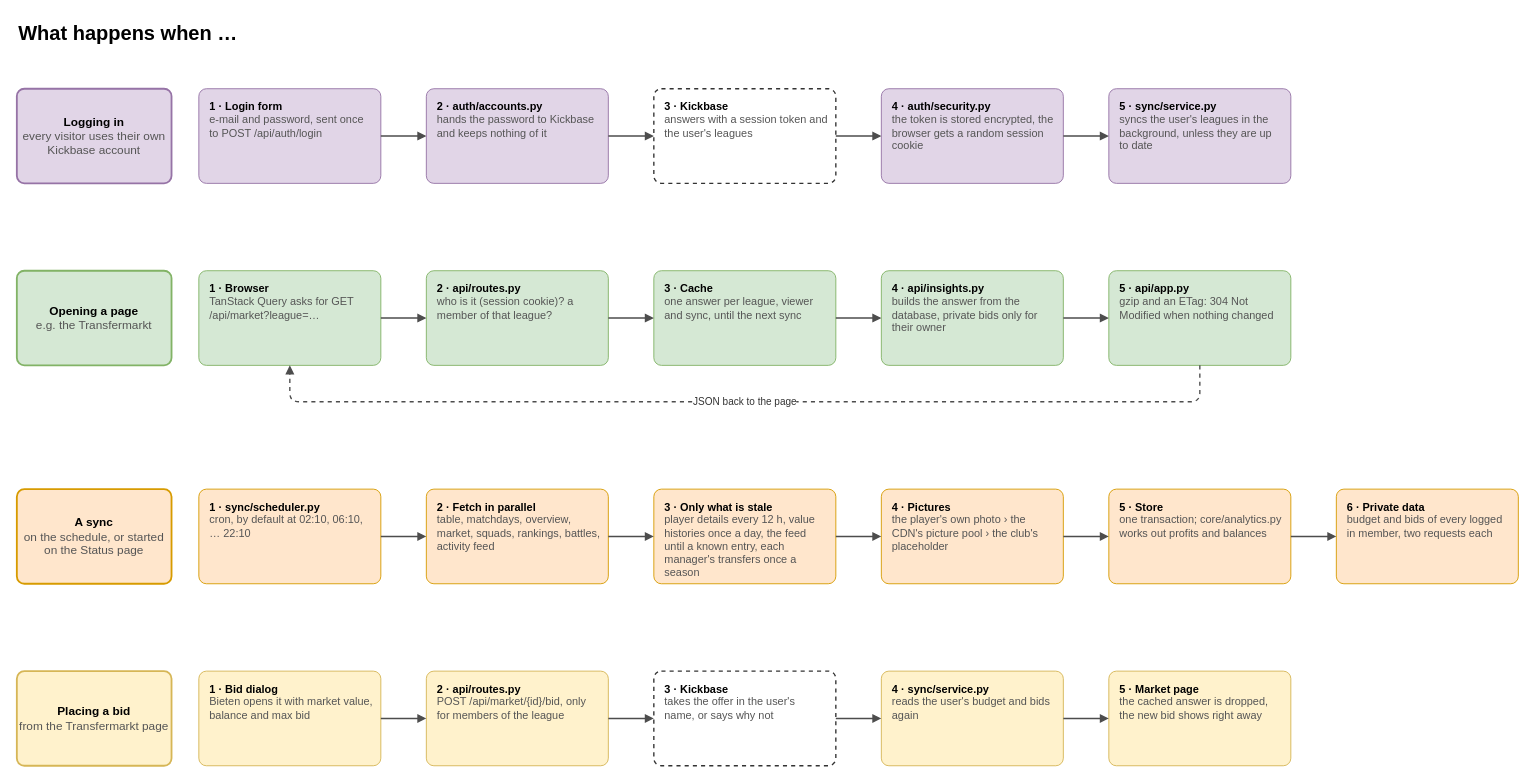
Before: page "What happens when …" (2 of 2) of docs/architecture.drawio in casudo/Kickbase-Insights, a draw.io diagram. Source tidied: cells renumbered, new cells numbered last; positions are measured from the earlier drawing's top-left corner, leaving out a move shared by most shapes. Both pictures are drawn from the tidied source at 91%, with x=0, y=0 at pixel (16, 15).
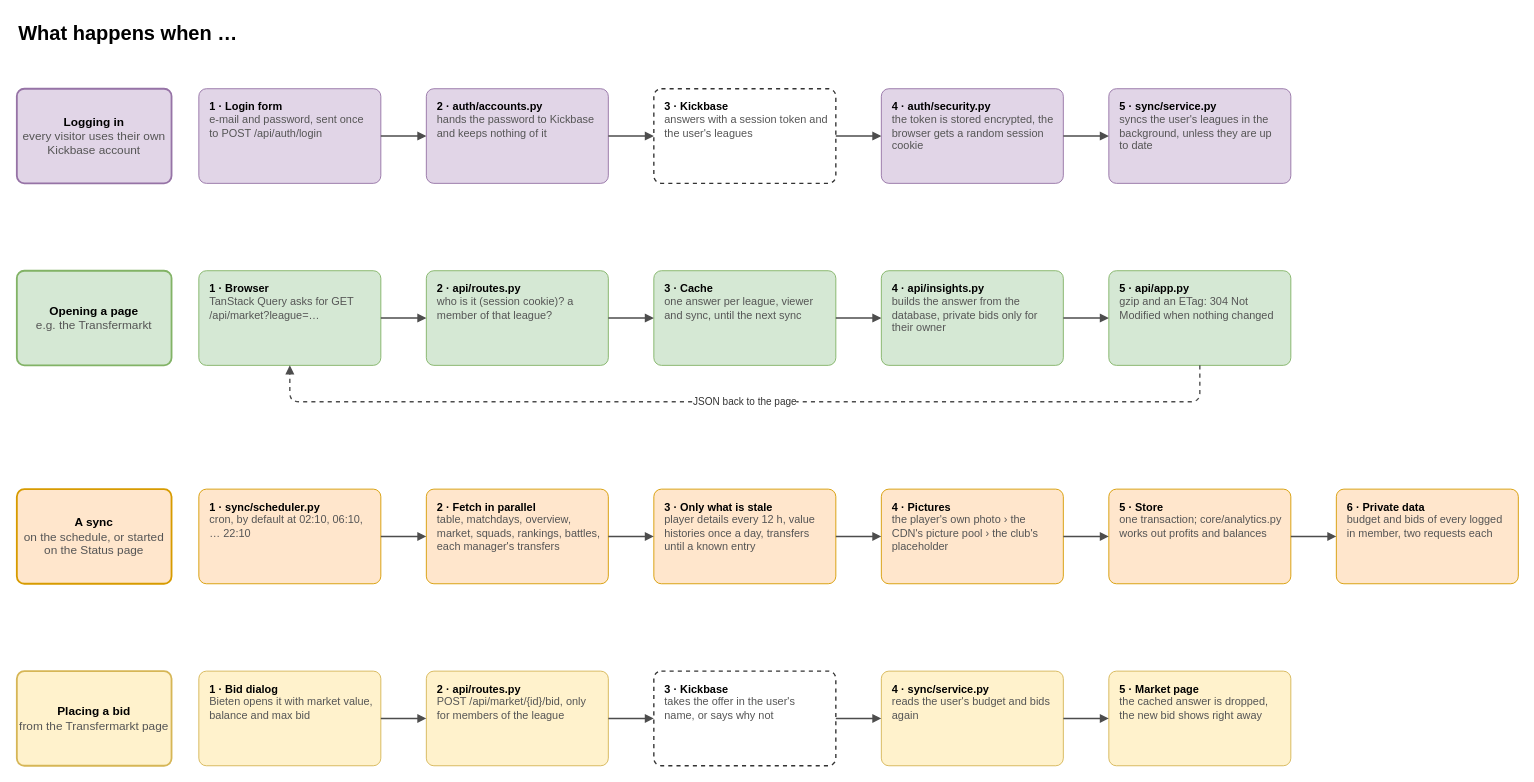
Above is the later version.

Diff of the diagram source:
```diff
@@
-    <mxCell id="26" value="&lt;b&gt;2 · Fetch in parallel&lt;/b&gt;&lt;br&gt;&lt;font color=&quot;#555555&quot;&gt;table, matchdays, overview, market, squads, rankings, battles, activity feed&lt;/font&gt;" style="rounded=1;whiteSpace=wrap;html=1;arcSize=8;align=left;verticalAlign=top;spacingLeft=10;spacingRight=8;spacingTop=6;fontSize=12;fillColor=#ffe6cc;strokeColor=#d79b00;" parent="1" vertex="1">
+    <mxCell id="26" value="&lt;b&gt;2 · Fetch in parallel&lt;/b&gt;&lt;br&gt;&lt;font color=&quot;#555555&quot;&gt;table, matchdays, overview, market, squads, rankings, battles, each manager's transfers&lt;/font&gt;" style="rounded=1;whiteSpace=wrap;html=1;arcSize=8;align=left;verticalAlign=top;spacingLeft=10;spacingRight=8;spacingTop=6;fontSize=12;fillColor=#ffe6cc;strokeColor=#d79b00;" parent="1" vertex="1">
       <mxGeometry x="450" y="520" width="200" height="104" as="geometry" />
     </mxCell>
@@
-    <mxCell id="28" value="&lt;b&gt;3 · Only what is stale&lt;/b&gt;&lt;br&gt;&lt;font color=&quot;#555555&quot;&gt;player details every 12 h, value histories once a day, the feed until a known entry, each manager's transfers once a season&lt;/font&gt;" style="rounded=1;whiteSpace=wrap;html=1;arcSize=8;align=left;verticalAlign=top;spacingLeft=10;spacingRight=8;spacingTop=6;fontSize=12;fillColor=#ffe6cc;strokeColor=#d79b00;" parent="1" vertex="1">
+    <mxCell id="28" value="&lt;b&gt;3 · Only what is stale&lt;/b&gt;&lt;br&gt;&lt;font color=&quot;#555555&quot;&gt;player details every 12 h, value histories once a day, transfers until a known entry&lt;/font&gt;" style="rounded=1;whiteSpace=wrap;html=1;arcSize=8;align=left;verticalAlign=top;spacingLeft=10;spacingRight=8;spacingTop=6;fontSize=12;fillColor=#ffe6cc;strokeColor=#d79b00;" parent="1" vertex="1">
       <mxGeometry x="700" y="520" width="200" height="104" as="geometry" />
     </mxCell>
```
